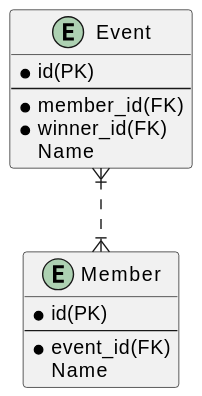
Earlier version of the PlantUML export lab1/event.svg (karseny99/dataBaseCourse).
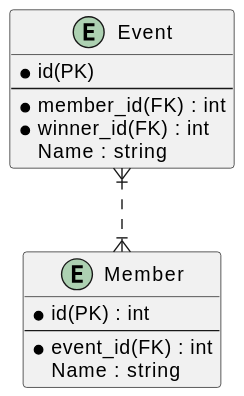
After the commit.

Commit message:
diagrams extended

What changed in the source:
```diff
@@ -2,16 +2,16 @@
 entity Event {
   *id(PK)
   --
-  *member_id(FK)
-  *winner_id(FK)
-  Name
+  *member_id(FK) : int
+  *winner_id(FK) : int
+  Name : string
 }
 
 entity Member {
-  *id(PK)
+  *id(PK) : int
   --
-  *event_id(FK)
-  Name
+  *event_id(FK) : int
+  Name : string
 }
 
 Event }|..|{ Member
```
